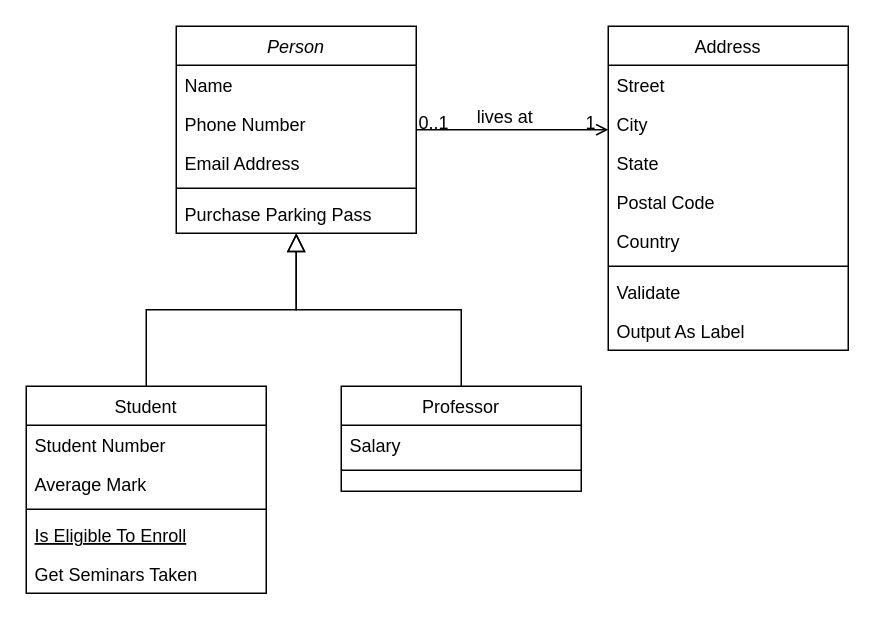
MichjuX/UML_Diagrams keeps this draw.io diagram as przed-w-diagram-klas.drawio. Above is the earlier version. Source tidied: cells renumbered, new cells numbered last; positions are measured from the earlier drawing's top-left corner, leaving out a move shared by most shapes. Both pictures are drawn from the tidied source at 150%, with x=0, y=0 at pixel (26, 26).
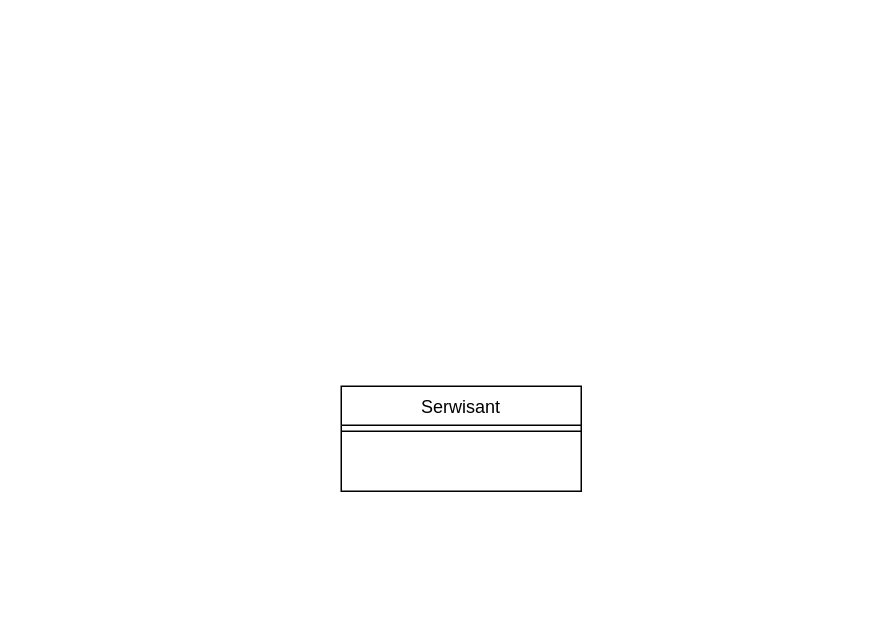
Above is the later version.

What changed in the source:
```diff
@@
-    <mxCell id="2" value="Person" style="swimlane;fontStyle=2;align=center;verticalAlign=top;horizontal=1;startSize=26;rounded=0;shadow=0;strokeWidth=1;" parent="1" vertex="1">
-      <mxGeometry x="100" width="160" height="138" as="geometry" />
-    </mxCell>
-    <mxCell id="3" value="Name" style="text;align=left;verticalAlign=top;spacingLeft=4;spacingRight=4;overflow=hidden;" parent="2" vertex="1">
-      <mxGeometry y="26" width="160" height="26" as="geometry" />
-    </mxCell>
-    <mxCell id="4" value="Phone Number" style="text;align=left;verticalAlign=top;spacingLeft=4;spacingRight=4;overflow=hidden;rounded=0;shadow=0;html=0;" parent="2" vertex="1">
-      <mxGeometry y="52" width="160" height="26" as="geometry" />
-    </mxCell>
-    <mxCell id="5" value="Email Address" style="text;align=left;verticalAlign=top;spacingLeft=4;spacingRight=4;overflow=hidden;rounded=0;shadow=0;html=0;" parent="2" vertex="1">
-      <mxGeometry y="78" width="160" height="26" as="geometry" />
-    </mxCell>
-    <mxCell id="6" style="line;html=1;strokeWidth=1;align=left;verticalAlign=middle;spacingTop=-1;spacingLeft=3;spacingRight=3;labelPosition=right;" parent="2" vertex="1">
-      <mxGeometry y="104" width="160" height="8" as="geometry" />
-    </mxCell>
-    <mxCell id="7" value="Purchase Parking Pass" style="text;align=left;verticalAlign=top;spacingLeft=4;spacingRight=4;overflow=hidden;" parent="2" vertex="1">
-      <mxGeometry y="112" width="160" height="26" as="geometry" />
-    </mxCell>
-    <mxCell id="8" value="Student" style="swimlane;fontStyle=0;align=center;verticalAlign=top;horizontal=1;startSize=26;rounded=0;shadow=0;strokeWidth=1;" parent="1" vertex="1">
-      <mxGeometry y="240" width="160" height="138" as="geometry" />
-    </mxCell>
-    <mxCell id="9" value="Student Number" style="text;align=left;verticalAlign=top;spacingLeft=4;spacingRight=4;overflow=hidden;" parent="8" vertex="1">
-      <mxGeometry y="26" width="160" height="26" as="geometry" />
-    </mxCell>
-    <mxCell id="10" value="Average Mark" style="text;align=left;verticalAlign=top;spacingLeft=4;spacingRight=4;overflow=hidden;rounded=0;shadow=0;html=0;" parent="8" vertex="1">
-      <mxGeometry y="52" width="160" height="26" as="geometry" />
-    </mxCell>
-    <mxCell id="11" style="line;html=1;strokeWidth=1;align=left;verticalAlign=middle;spacingTop=-1;spacingLeft=3;spacingRight=3;labelPosition=right;" parent="8" vertex="1">
-      <mxGeometry y="78" width="160" height="8" as="geometry" />
-    </mxCell>
-    <mxCell id="12" value="Is Eligible To Enroll" style="text;align=left;verticalAlign=top;spacingLeft=4;spacingRight=4;overflow=hidden;fontStyle=4;" parent="8" vertex="1">
-      <mxGeometry y="86" width="160" height="26" as="geometry" />
-    </mxCell>
-    <mxCell id="13" value="Get Seminars Taken" style="text;align=left;verticalAlign=top;spacingLeft=4;spacingRight=4;overflow=hidden;" parent="8" vertex="1">
-      <mxGeometry y="112" width="160" height="26" as="geometry" />
-    </mxCell>
-    <mxCell id="14" style="endArrow=block;endSize=10;endFill=0;shadow=0;strokeWidth=1;rounded=0;curved=0;edgeStyle=elbowEdgeStyle;elbow=vertical;" parent="1" edge="1" source="8" target="2">
-      <mxGeometry relative="1" as="geometry" />
-    </mxCell>
-    <mxCell id="15" value="Professor" style="swimlane;fontStyle=0;align=center;verticalAlign=top;horizontal=1;startSize=26;rounded=0;shadow=0;strokeWidth=1;" parent="1" vertex="1">
+    <mxCell id="15" value="Serwisant" style="swimlane;fontStyle=0;align=center;verticalAlign=top;horizontal=1;startSize=26;rounded=0;shadow=0;strokeWidth=1;" parent="1" vertex="1">
       <mxGeometry x="210" y="240" width="160" height="70" as="geometry" />
     </mxCell>
-    <mxCell id="16" value="Salary" style="text;align=left;verticalAlign=top;spacingLeft=4;spacingRight=4;overflow=hidden;" parent="15" vertex="1">
-      <mxGeometry y="26" width="160" height="26" as="geometry" />
-    </mxCell>
     <mxCell id="17" style="line;html=1;strokeWidth=1;align=left;verticalAlign=middle;spacingTop=-1;spacingLeft=3;spacingRight=3;labelPosition=right;" parent="15" vertex="1">
-      <mxGeometry y="52" width="160" height="8" as="geometry" />
+      <mxGeometry y="26" width="160" height="8" as="geometry" />
     </mxCell>
-    <mxCell id="18" style="endArrow=block;endSize=10;endFill=0;shadow=0;strokeWidth=1;rounded=0;curved=0;edgeStyle=elbowEdgeStyle;elbow=vertical;" parent="1" edge="1" source="15" target="2">
-      <mxGeometry relative="1" as="geometry" />
-    </mxCell>
-    <mxCell id="19" value="Address" style="swimlane;fontStyle=0;align=center;verticalAlign=top;horizontal=1;startSize=26;rounded=0;shadow=0;strokeWidth=1;" parent="1" vertex="1">
-      <mxGeometry x="388" width="160" height="216" as="geometry" />
-    </mxCell>
-    <mxCell id="20" value="Street" style="text;align=left;verticalAlign=top;spacingLeft=4;spacingRight=4;overflow=hidden;" parent="19" vertex="1">
-      <mxGeometry y="26" width="160" height="26" as="geometry" />
-    </mxCell>
-    <mxCell id="21" value="City" style="text;align=left;verticalAlign=top;spacingLeft=4;spacingRight=4;overflow=hidden;rounded=0;shadow=0;html=0;" parent="19" vertex="1">
-      <mxGeometry y="52" width="160" height="26" as="geometry" />
-    </mxCell>
-    <mxCell id="22" value="State" style="text;align=left;verticalAlign=top;spacingLeft=4;spacingRight=4;overflow=hidden;rounded=0;shadow=0;html=0;" parent="19" vertex="1">
-      <mxGeometry y="78" width="160" height="26" as="geometry" />
-    </mxCell>
-    <mxCell id="23" value="Postal Code" style="text;align=left;verticalAlign=top;spacingLeft=4;spacingRight=4;overflow=hidden;rounded=0;shadow=0;html=0;" parent="19" vertex="1">
-      <mxGeometry y="104" width="160" height="26" as="geometry" />
-    </mxCell>
-    <mxCell id="24" value="Country" style="text;align=left;verticalAlign=top;spacingLeft=4;spacingRight=4;overflow=hidden;rounded=0;shadow=0;html=0;" parent="19" vertex="1">
-      <mxGeometry y="130" width="160" height="26" as="geometry" />
-    </mxCell>
-    <mxCell id="25" style="line;html=1;strokeWidth=1;align=left;verticalAlign=middle;spacingTop=-1;spacingLeft=3;spacingRight=3;labelPosition=right;" parent="19" vertex="1">
-      <mxGeometry y="156" width="160" height="8" as="geometry" />
-    </mxCell>
-    <mxCell id="26" value="Validate" style="text;align=left;verticalAlign=top;spacingLeft=4;spacingRight=4;overflow=hidden;" parent="19" vertex="1">
-      <mxGeometry y="164" width="160" height="26" as="geometry" />
-    </mxCell>
-    <mxCell id="27" value="Output As Label" style="text;align=left;verticalAlign=top;spacingLeft=4;spacingRight=4;overflow=hidden;" parent="19" vertex="1">
-      <mxGeometry y="190" width="160" height="26" as="geometry" />
-    </mxCell>
-    <mxCell id="28" style="endArrow=open;shadow=0;strokeWidth=1;rounded=0;curved=0;endFill=1;edgeStyle=elbowEdgeStyle;elbow=vertical;" parent="1" edge="1" source="2" target="19">
-      <mxGeometry x="0.5" y="41" relative="1" as="geometry">
-        <mxPoint x="-40" y="32" as="offset" />
-      </mxGeometry>
-    </mxCell>
-    <mxCell id="29" value="0..1" style="align=left;verticalAlign=bottom;labelBackgroundColor=none;fontSize=12;" parent="28" vertex="1">
-      <mxGeometry x="-1" relative="1" as="geometry">
-        <mxPoint y="4" as="offset" />
-      </mxGeometry>
-    </mxCell>
-    <mxCell id="30" value="1" style="align=right;verticalAlign=bottom;labelBackgroundColor=none;fontSize=12;" parent="28" vertex="1">
-      <mxGeometry x="1" relative="1" as="geometry">
-        <mxPoint x="-7" y="4" as="offset" />
-      </mxGeometry>
-    </mxCell>
-    <mxCell id="31" value="lives at" style="text;html=1;align=center;verticalAlign=middle;labelBackgroundColor=none;rounded=0;shadow=0;strokeWidth=1;fontSize=12;" parent="28" vertex="1">
-      <mxGeometry x="0.5" y="49" relative="1" as="geometry">
-        <mxPoint x="-38" y="40" as="offset" />
-      </mxGeometry>
-    </mxCell>
```
